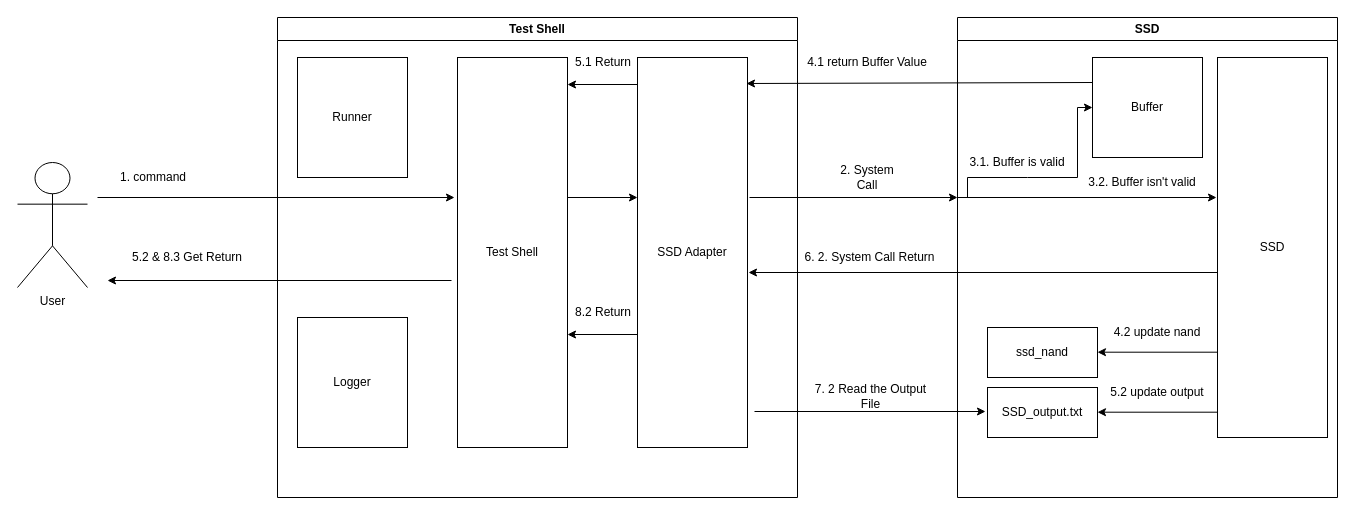
Above: 제목 없는 다이어그램.drawio in shin-son/temp1234 (draw.io), before the change. Source tidied: cells renumbered, new cells numbered last; positions are measured from the earlier drawing's top-left corner, leaving out a move shared by most shapes. Both pictures are drawn from the tidied source at 100%, with x=0, y=0 at pixel (17, 17).
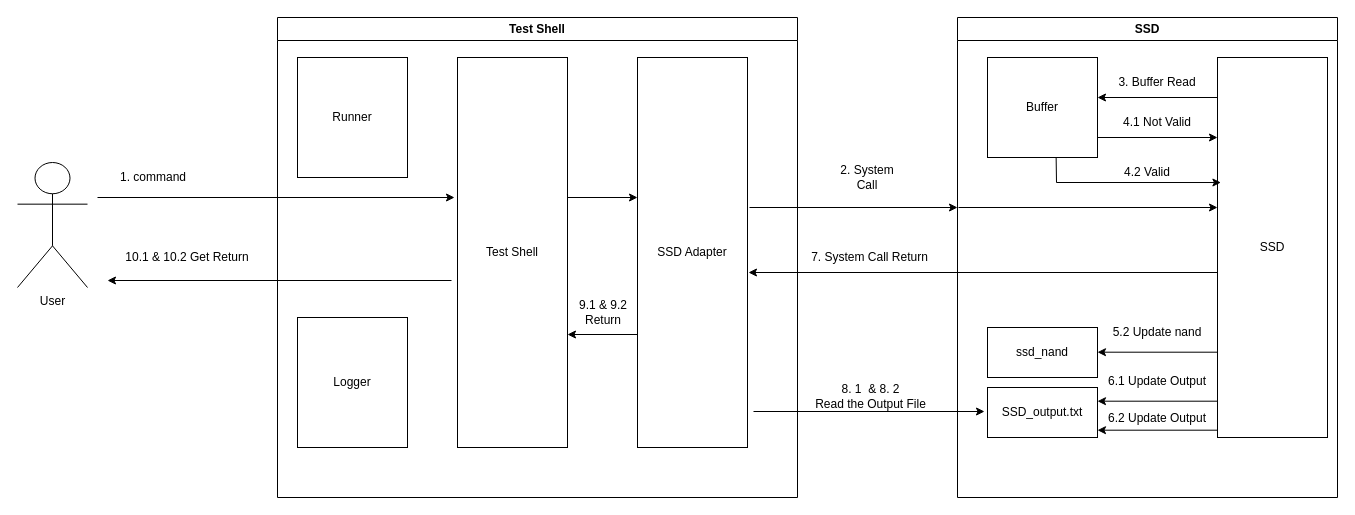
After the change.

Commit message:
제목 없는 다이어그램.drawio 업데이트

Unchanged cells that the change refers to:
```xml
<mxCell id="3" value="Test Shell" style="swimlane;whiteSpace=wrap;html=1;" parent="1" vertex="1">
  <mxGeometry x="260" width="520" height="480" as="geometry" />
</mxCell>
<mxCell id="14" value="SSD" style="swimlane;whiteSpace=wrap;html=1;" parent="1" vertex="1">
  <mxGeometry x="940" width="380" height="480" as="geometry" />
</mxCell>
<mxCell id="15" value="SSD" style="html=1;whiteSpace=wrap;" parent="14" vertex="1">
  <mxGeometry x="260" y="40" width="110" height="380" as="geometry" />
</mxCell>
```

Change to the diagram source:
```diff
@@
-    <mxCell id="10" style="endArrow=classic;html=1;rounded=0;" parent="3" edge="1">
-      <mxGeometry relative="1" as="geometry">
-        <mxPoint x="360" y="67" as="sourcePoint" />
-        <mxPoint x="290" y="67" as="targetPoint" />
-      </mxGeometry>
-    </mxCell>
-    <mxCell id="11" value="5.1 Return" style="text;html=1;align=center;verticalAlign=middle;whiteSpace=wrap;rounded=0;" parent="3" vertex="1">
-      <mxGeometry x="290" y="30" width="72" height="30" as="geometry" />
-    </mxCell>
@@
-    <mxCell id="13" value="8.2 Return" style="text;html=1;align=center;verticalAlign=middle;whiteSpace=wrap;rounded=0;" parent="3" vertex="1">
+    <mxCell id="13" value="&lt;div&gt;9.1 &amp;amp; 9.2&lt;/div&gt;Return" style="text;html=1;align=center;verticalAlign=middle;whiteSpace=wrap;rounded=0;" parent="3" vertex="1">
       <mxGeometry x="290" y="280" width="72" height="30" as="geometry" />
     </mxCell>
@@
     <mxCell id="16" value="Buffer" style="html=1;whiteSpace=wrap;" parent="14" vertex="1">
-      <mxGeometry x="135" y="40" width="110" height="100" as="geometry" />
+      <mxGeometry x="30" y="40" width="110" height="100" as="geometry" />
     </mxCell>
@@
-    <mxCell id="18" style="endArrow=classic;html=1;rounded=0;entryX=0;entryY=0.5;entryDx=0;entryDy=0;" parent="14" edge="1" target="16">
-      <mxGeometry relative="1" as="geometry">
-        <mxPoint x="10" y="180" as="sourcePoint" />
-        <Array as="points">
-          <mxPoint x="10" y="160" />
-          <mxPoint x="70" y="160" />
-          <mxPoint x="120" y="160" />
-          <mxPoint x="120" y="90" />
-        </Array>
-      </mxGeometry>
-    </mxCell>
@@
     <mxCell id="20" style="endArrow=classic;html=1;rounded=0;" parent="14" edge="1">
       <mxGeometry relative="1" as="geometry">
-        <mxPoint y="180" as="sourcePoint" />
-        <mxPoint x="259" y="180" as="targetPoint" />
+        <mxPoint x="1" y="190" as="sourcePoint" />
+        <mxPoint x="260" y="190" as="targetPoint" />
       </mxGeometry>
     </mxCell>
-    <mxCell id="21" value="3.1. Buffer is valid" style="text;html=1;align=center;verticalAlign=middle;whiteSpace=wrap;rounded=0;" parent="14" vertex="1">
-      <mxGeometry x="10" y="130" width="100" height="30" as="geometry" />
-    </mxCell>
-    <mxCell id="22" value="3.2. Buffer isn't valid" style="text;html=1;align=center;verticalAlign=middle;whiteSpace=wrap;rounded=0;" parent="14" vertex="1">
-      <mxGeometry x="125" y="150" width="120" height="30" as="geometry" />
-    </mxCell>
-    <mxCell id="23" value="4.2 update nand" style="text;html=1;align=center;verticalAlign=middle;whiteSpace=wrap;rounded=0;" parent="14" vertex="1">
+    <mxCell id="23" value="5.2 Update nand" style="text;html=1;align=center;verticalAlign=middle;whiteSpace=wrap;rounded=0;" parent="14" vertex="1">
       <mxGeometry x="140" y="300" width="120" height="30" as="geometry" />
     </mxCell>
-    <mxCell id="24" value="5.2 update output" style="text;html=1;align=center;verticalAlign=middle;whiteSpace=wrap;rounded=0;" parent="14" vertex="1">
-      <mxGeometry x="140" y="360" width="120" height="30" as="geometry" />
+    <mxCell id="24" value="&lt;div&gt;6.1 Update Output&lt;/div&gt;" style="text;html=1;align=center;verticalAlign=middle;whiteSpace=wrap;rounded=0;" parent="14" vertex="1">
+      <mxGeometry x="140" y="349" width="120" height="30" as="geometry" />
     </mxCell>
     <mxCell id="25" style="endArrow=classic;html=1;rounded=0;entryX=1;entryY=0.4;entryDx=0;entryDy=0;entryPerimeter=0;" parent="14" edge="1">
       <mxGeometry relative="1" as="geometry">
-        <mxPoint x="260" y="394.7" as="sourcePoint" />
-        <mxPoint x="140" y="394.7" as="targetPoint" />
+        <mxPoint x="260" y="383.7" as="sourcePoint" />
+        <mxPoint x="140" y="383.7" as="targetPoint" />
       </mxGeometry>
     </mxCell>
@@
+    <mxCell id="38" style="endArrow=classic;html=1;rounded=0;" parent="14" edge="1">
+      <mxGeometry relative="1" as="geometry">
+        <mxPoint x="260" y="80" as="sourcePoint" />
+        <mxPoint x="140" y="80" as="targetPoint" />
+      </mxGeometry>
+    </mxCell>
+    <mxCell id="39" value="3. Buffer Read" style="text;html=1;align=center;verticalAlign=middle;whiteSpace=wrap;rounded=0;" parent="14" vertex="1">
+      <mxGeometry x="150" y="50" width="100" height="30" as="geometry" />
+    </mxCell>
+    <mxCell id="40" style="endArrow=classic;html=1;rounded=0;" parent="14" edge="1">
+      <mxGeometry relative="1" as="geometry">
+        <mxPoint x="140" y="120" as="sourcePoint" />
+        <mxPoint x="260" y="120" as="targetPoint" />
+      </mxGeometry>
+    </mxCell>
+    <mxCell id="41" style="endArrow=classic;html=1;rounded=0;exitX=0.624;exitY=0.996;exitDx=0;exitDy=0;exitPerimeter=0;entryX=0.031;entryY=0.329;entryDx=0;entryDy=0;entryPerimeter=0;" parent="14" edge="1" source="16" target="15">
+      <mxGeometry relative="1" as="geometry">
+        <Array as="points">
+          <mxPoint x="99" y="165" />
+        </Array>
+      </mxGeometry>
+    </mxCell>
+    <mxCell id="42" value="4.1 Not Valid" style="text;html=1;align=center;verticalAlign=middle;whiteSpace=wrap;rounded=0;" parent="14" vertex="1">
+      <mxGeometry x="150" y="90" width="100" height="30" as="geometry" />
+    </mxCell>
+    <mxCell id="43" value="4.2 Valid" style="text;html=1;align=center;verticalAlign=middle;whiteSpace=wrap;rounded=0;" parent="14" vertex="1">
+      <mxGeometry x="140" y="140" width="100" height="30" as="geometry" />
+    </mxCell>
@@
     <mxCell id="29" style="endArrow=classic;html=1;rounded=0;" parent="1" edge="1">
       <mxGeometry relative="1" as="geometry">
-        <mxPoint x="732" y="180" as="sourcePoint" />
-        <mxPoint x="940" y="180" as="targetPoint" />
+        <mxPoint x="732" y="190" as="sourcePoint" />
+        <mxPoint x="940" y="190" as="targetPoint" />
       </mxGeometry>
     </mxCell>
-    <mxCell id="30" style="endArrow=classic;html=1;rounded=0;exitX=0;exitY=0.25;exitDx=0;exitDy=0;" parent="1" edge="1" source="16">
-      <mxGeometry relative="1" as="geometry">
-        <mxPoint x="729" y="66" as="targetPoint" />
-      </mxGeometry>
-    </mxCell>
-    <mxCell id="31" value="4.1 return Buffer Value" style="text;html=1;align=center;verticalAlign=middle;whiteSpace=wrap;rounded=0;" parent="1" vertex="1">
-      <mxGeometry x="780" y="30" width="140" height="30" as="geometry" />
-    </mxCell>
@@
-    <mxCell id="33" value="6. 2. System Call Return" style="text;html=1;align=center;verticalAlign=middle;whiteSpace=wrap;rounded=0;" parent="1" vertex="1">
+    <mxCell id="33" value="7. System Call Return" style="text;html=1;align=center;verticalAlign=middle;whiteSpace=wrap;rounded=0;" parent="1" vertex="1">
       <mxGeometry x="785" y="225" width="135" height="30" as="geometry" />
     </mxCell>
     <mxCell id="34" style="endArrow=classic;html=1;rounded=0;" parent="1" edge="1">
       <mxGeometry relative="1" as="geometry">
-        <mxPoint x="737" y="394" as="sourcePoint" />
-        <mxPoint x="968" y="394" as="targetPoint" />
+        <mxPoint x="736" y="394" as="sourcePoint" />
+        <mxPoint x="967" y="394" as="targetPoint" />
       </mxGeometry>
     </mxCell>
-    <mxCell id="35" value="7. 2 Read the Output File" style="text;html=1;align=center;verticalAlign=middle;whiteSpace=wrap;rounded=0;" parent="1" vertex="1">
+    <mxCell id="35" value="8. 1&amp;nbsp; &amp;amp; 8. 2&lt;div&gt;Read the Output File&lt;/div&gt;" style="text;html=1;align=center;verticalAlign=middle;whiteSpace=wrap;rounded=0;" parent="1" vertex="1">
       <mxGeometry x="785.5" y="364" width="135" height="30" as="geometry" />
     </mxCell>
@@
-    <mxCell id="37" value="5.2 &amp;amp; 8.3 Get Return" style="text;html=1;align=center;verticalAlign=middle;whiteSpace=wrap;rounded=0;" parent="1" vertex="1">
+    <mxCell id="37" value="10.1 &amp;amp; 10.2 Get Return" style="text;html=1;align=center;verticalAlign=middle;whiteSpace=wrap;rounded=0;" parent="1" vertex="1">
       <mxGeometry x="100" y="225" width="140" height="30" as="geometry" />
     </mxCell>
+    <mxCell id="44" value="&lt;div&gt;&lt;br&gt;&lt;/div&gt;6.2 Update Output" style="text;html=1;align=center;verticalAlign=middle;whiteSpace=wrap;rounded=0;" parent="1" vertex="1">
+      <mxGeometry x="1080" y="378" width="120" height="30" as="geometry" />
+    </mxCell>
+    <mxCell id="45" style="endArrow=classic;html=1;rounded=0;entryX=1;entryY=0.4;entryDx=0;entryDy=0;entryPerimeter=0;" parent="1" edge="1">
+      <mxGeometry relative="1" as="geometry">
+        <mxPoint x="1200" y="412.7" as="sourcePoint" />
+        <mxPoint x="1080" y="412.7" as="targetPoint" />
+      </mxGeometry>
+    </mxCell>
```
